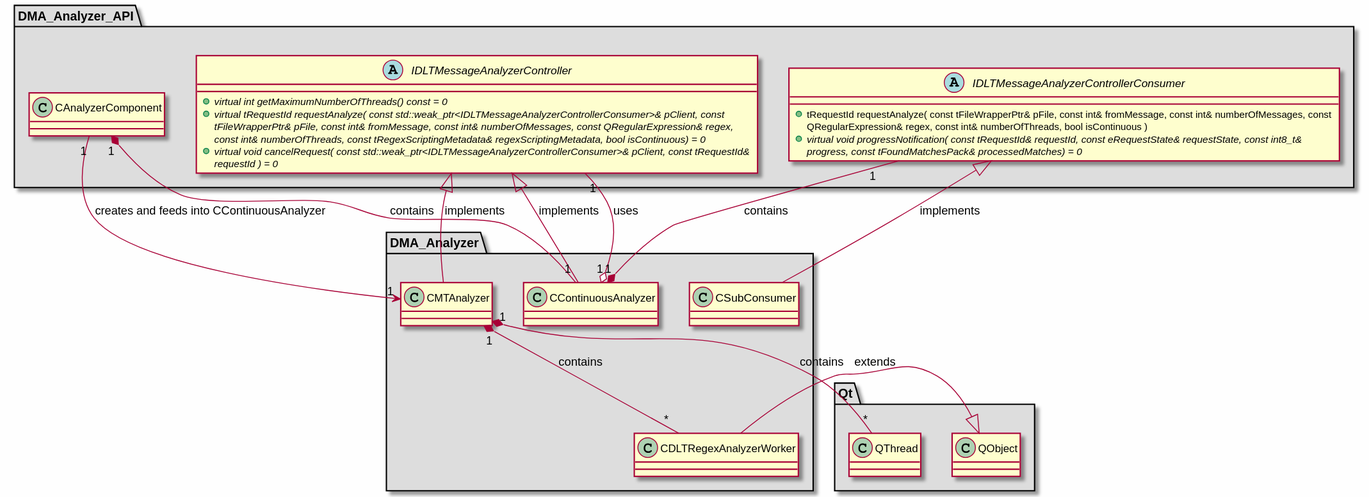
Earlier version of the PlantUML export md/dev_docs/puml/DMA_Analyzer.svg (svlad-90/DLT-Message-Analyzer).
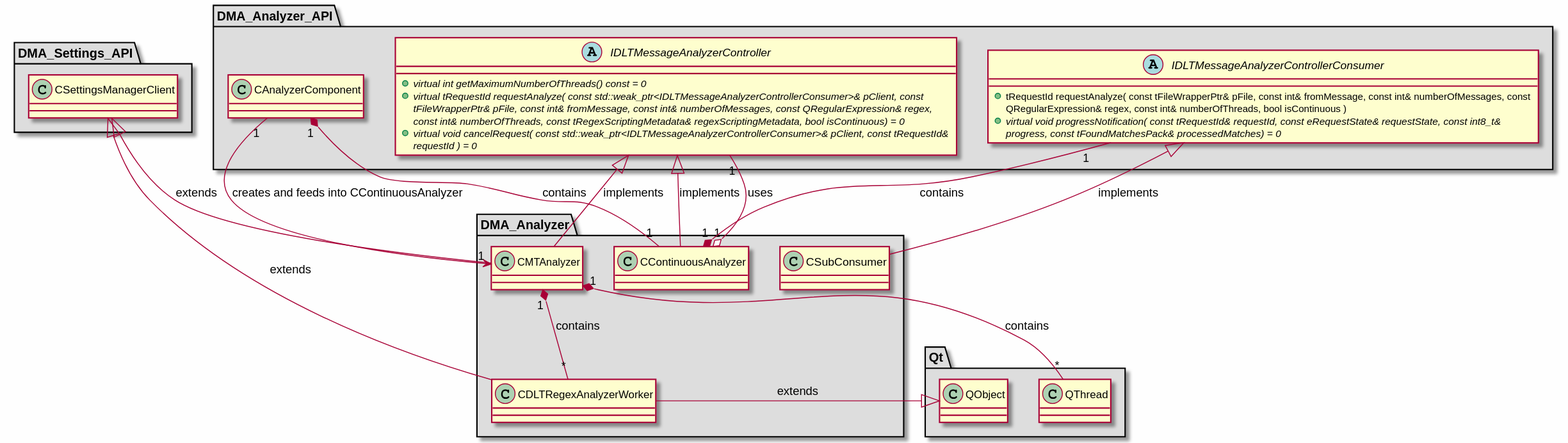
The same diagram one commit later.

Diff of the diagram source:
```diff
@@ -45,6 +45,15 @@
 
 }
 
+package "DMA_Settings_API" #DDDDDD
+{
+
+class "CSettingsManagerClient"
+{
+}
+
+}
+
 package "Qt" #DDDDDD
 {
 
@@ -59,7 +68,9 @@
 }
 
 IDLTMessageAnalyzerController <|-- CContinuousAnalyzer : implements
+CSettingsManagerClient <|-- CDLTRegexAnalyzerWorker : extends
 QObject <|-- CDLTRegexAnalyzerWorker : extends
+CSettingsManagerClient <|-- CMTAnalyzer : extends
 IDLTMessageAnalyzerController <|-- CMTAnalyzer : implements
 IDLTMessageAnalyzerControllerConsumer <|-- CSubConsumer : implements
 
```
